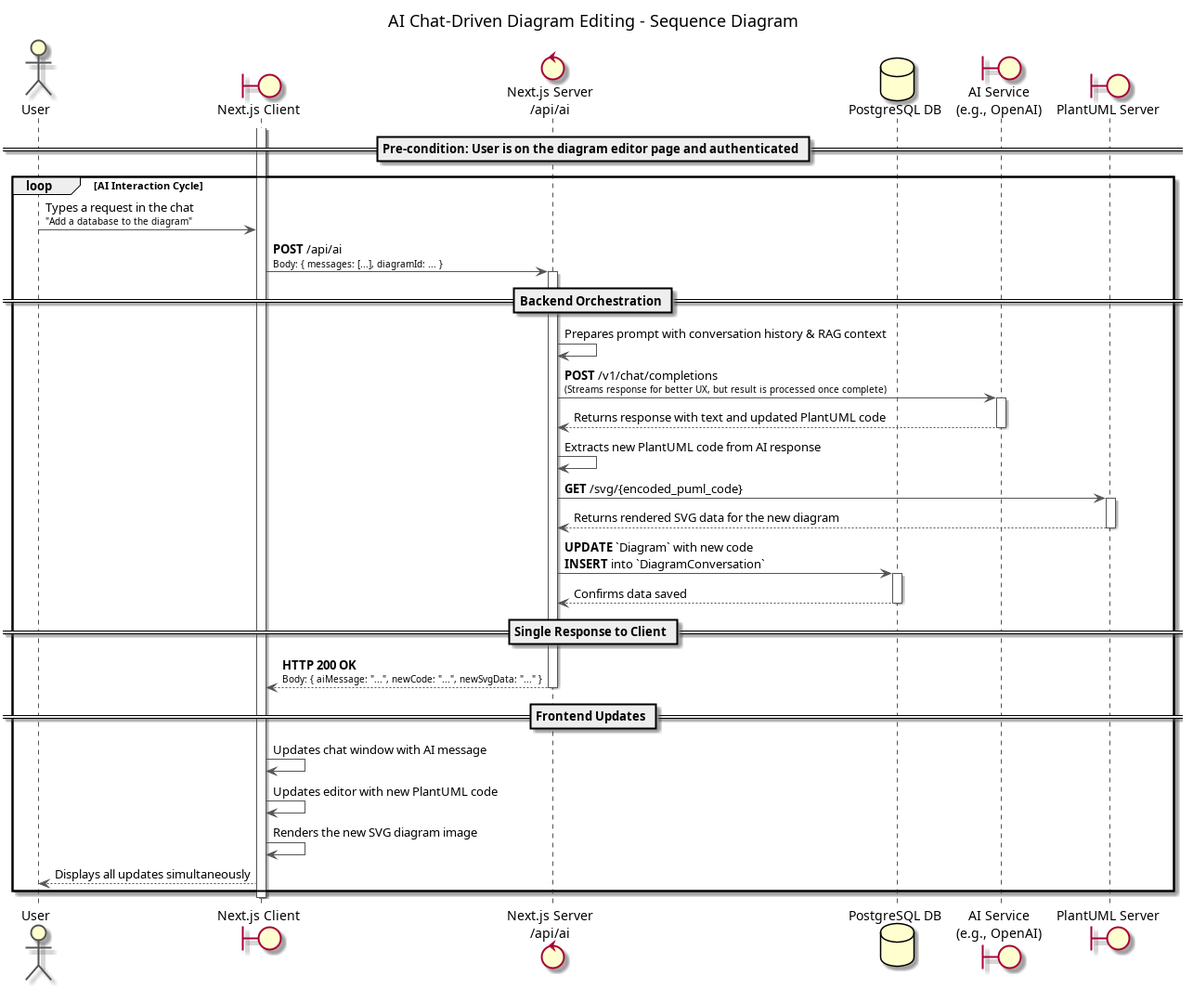
This is conception/SprintIV/sequence_diagrams/sequence_workspaceManagement_5_3_ChatWithAIMode copy.png from souhaib-askri/report_pfe, a PlantUML export, as it was before one commit. Its source is kept beside it as conception/SprintIV/sequence_diagrams/sequence_workspaceManagement_5_3_ChatWithAIMode copy.puml.
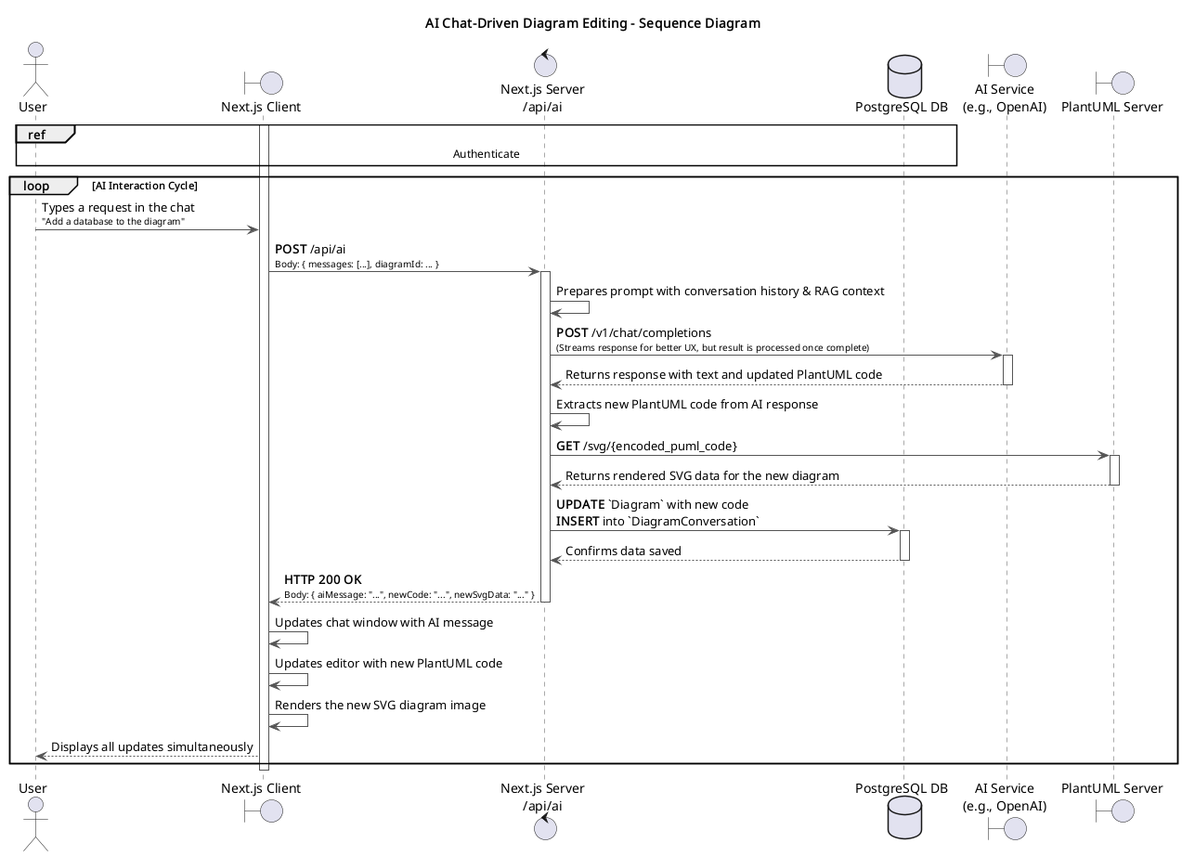
After the commit.

What changed in the source:
```diff
@@ -18,7 +18,7 @@
     BoundaryBorderColor #f0ad4e
 }
 
-== Pre-condition: User is on the diagram editor page and authenticated ==
+ref over User, DB: Authenticate
 
 activate Client
 loop AI Interaction Cycle
@@ -26,7 +26,6 @@
     Client -> Server: **POST** /api/ai\n<font size=10>Body: { messages: [...], diagramId: ... }</font>
     activate Server
 
-    == Backend Orchestration ==
     Server -> Server: Prepares prompt with conversation history & RAG context
     Server -> AIService: **POST** /v1/chat/completions\n<font size=10>(Streams response for better UX, but result is processed once complete)</font>
     activate AIService
@@ -44,11 +43,9 @@
     DB --> Server: Confirms data saved
     deactivate DB
 
-    == Single Response to Client ==
     Server --> Client: **HTTP 200 OK**\n<font size=10>Body: { aiMessage: "...", newCode: "...", newSvgData: "..." }</font>
     deactivate Server
 
-    == Frontend Updates ==
     Client -> Client: Updates chat window with AI message
     Client -> Client: Updates editor with new PlantUML code
     Client -> Client: Renders the new SVG diagram image
```
